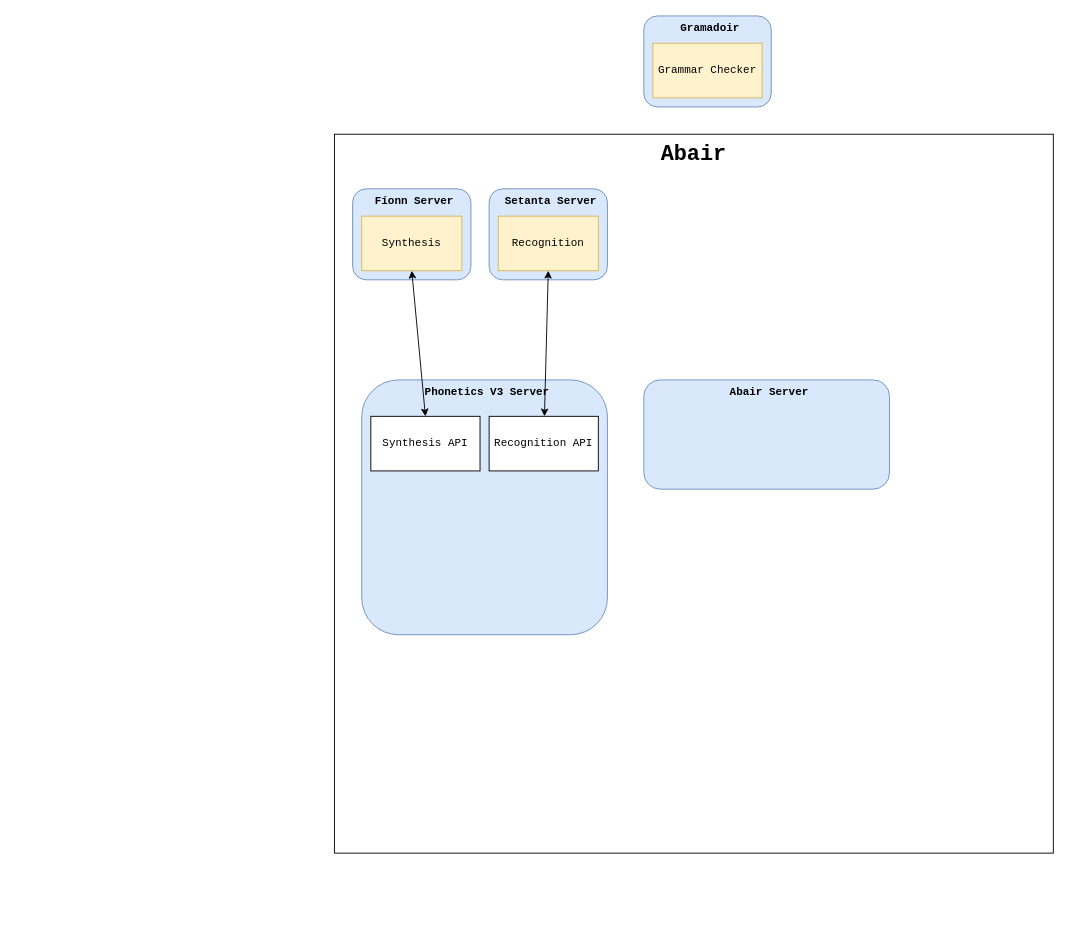
Earlier version of the draw.io diagram Untitled Diagram.drawio (JohnSloan8/abair-system-architecture-diagram). Source tidied: cells renumbered, new cells numbered last; positions are measured from the earlier drawing's top-left corner, leaving out a move shared by most shapes. Both pictures are drawn from the tidied source at 91%, with x=0, y=0 at pixel (334, 15). Pictures stored in the file or linked from it are replaced by grey dashed boxes.
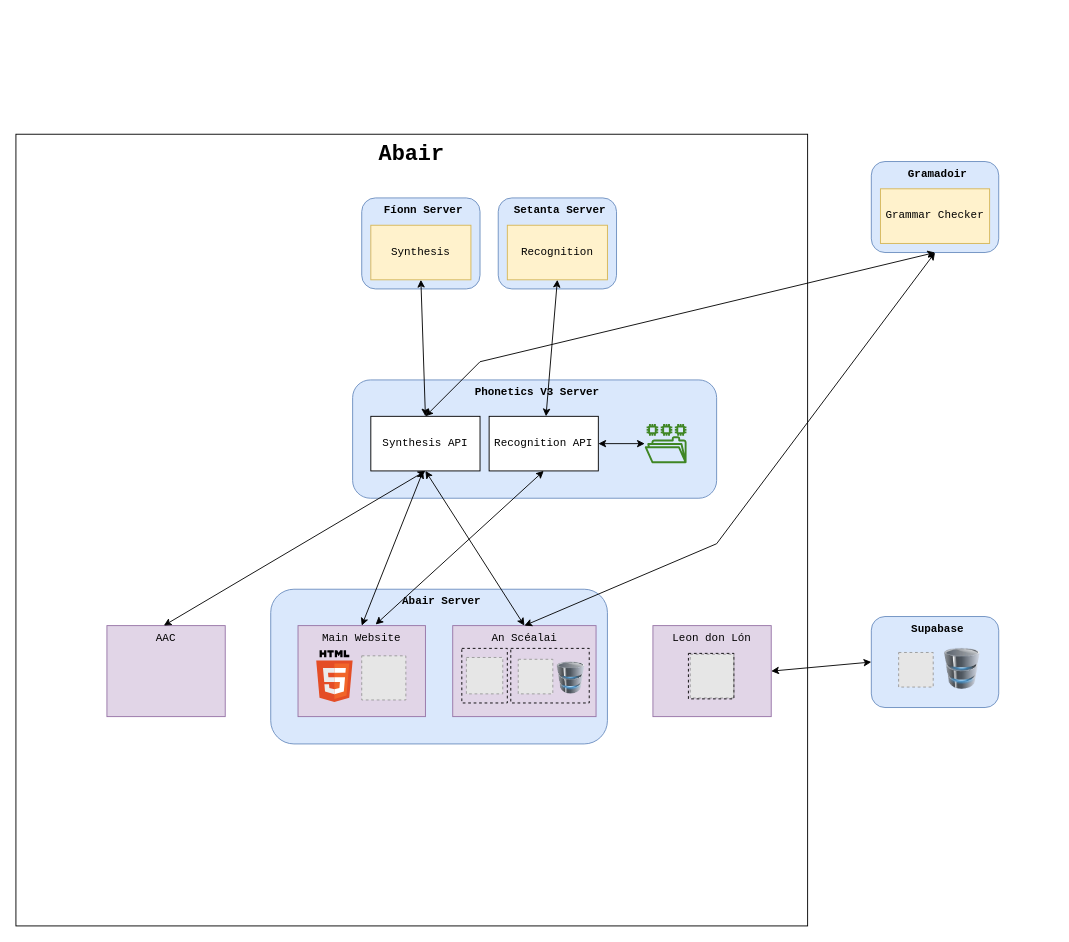
The same diagram, later.

Unchanged cells that the change refers to:
```xml
<mxCell id="6" value="Synthesis API" style="rounded=0;whiteSpace=wrap;html=1;fontFamily=Courier New;" parent="1" vertex="1">
  <mxGeometry x="40" y="440" width="120" height="60" as="geometry" />
</mxCell>
<mxCell id="7" value="Recognition API" style="rounded=0;whiteSpace=wrap;html=1;fontFamily=Courier New;" parent="1" vertex="1">
  <mxGeometry x="170" y="440" width="120" height="60" as="geometry" />
</mxCell>
```

What changed in the source:
```diff
@@
     <mxCell id="2" value="&lt;font face=&quot;Courier New&quot;&gt;&lt;b&gt;Abair&lt;/b&gt;&lt;/font&gt;" style="whiteSpace=wrap;html=1;verticalAlign=top;fontSize=24;fontFamily=Verdana;" parent="1" vertex="1">
-      <mxGeometry y="130" width="790" height="790" as="geometry" />
+      <mxGeometry x="-350" y="130" width="870" height="870" as="geometry" />
     </mxCell>
     <mxCell id="3" value="Fíonn Server" style="rounded=1;whiteSpace=wrap;html=1;verticalAlign=top;align=center;labelPosition=center;verticalLabelPosition=middle;fontStyle=1;spacingTop=0;spacingLeft=6;fillColor=#dae8fc;strokeColor=#6c8ebf;fontFamily=Courier New;" parent="1" vertex="1">
-      <mxGeometry x="20" y="190" width="130" height="100" as="geometry" />
+      <mxGeometry x="30" y="200" width="130" height="100" as="geometry" />
     </mxCell>
     <mxCell id="4" value="Phonetics V3 Server" style="rounded=1;whiteSpace=wrap;html=1;verticalAlign=top;align=center;labelPosition=center;verticalLabelPosition=middle;fontStyle=1;spacingTop=0;spacingLeft=6;fillColor=#dae8fc;strokeColor=#6c8ebf;fontFamily=Courier New;" parent="1" vertex="1">
-      <mxGeometry x="30" y="400" width="270" height="280" as="geometry" />
+      <mxGeometry x="20" y="400" width="400" height="130" as="geometry" />
     </mxCell>
@@
     <mxCell id="8" value="Synthesis" style="rounded=0;whiteSpace=wrap;html=1;fillColor=#fff2cc;strokeColor=#d6b656;fontFamily=Courier New;" parent="1" vertex="1">
-      <mxGeometry x="30" y="220" width="110" height="60" as="geometry" />
+      <mxGeometry x="40" y="230" width="110" height="60" as="geometry" />
     </mxCell>
     <mxCell id="9" value="Setanta Server" style="rounded=1;whiteSpace=wrap;html=1;verticalAlign=top;align=center;labelPosition=center;verticalLabelPosition=middle;fontStyle=1;spacingTop=0;spacingLeft=6;fillColor=#dae8fc;strokeColor=#6c8ebf;fontFamily=Courier New;" parent="1" vertex="1">
-      <mxGeometry x="170" y="190" width="130" height="100" as="geometry" />
+      <mxGeometry x="180" y="200" width="130" height="100" as="geometry" />
     </mxCell>
     <mxCell id="10" value="Recognition" style="rounded=0;whiteSpace=wrap;html=1;fillColor=#fff2cc;strokeColor=#d6b656;fontFamily=Courier New;" parent="1" vertex="1">
-      <mxGeometry x="180" y="220" width="110" height="60" as="geometry" />
+      <mxGeometry x="190" y="230" width="110" height="60" as="geometry" />
     </mxCell>
     <mxCell id="11" value="Abair Server" style="rounded=1;whiteSpace=wrap;html=1;verticalAlign=top;align=center;labelPosition=center;verticalLabelPosition=middle;fontStyle=1;spacingTop=0;spacingLeft=6;fillColor=#dae8fc;strokeColor=#6c8ebf;fontFamily=Courier New;" parent="1" vertex="1">
-      <mxGeometry x="340" y="400" width="270" height="120" as="geometry" />
+      <mxGeometry x="-70" y="630" width="370" height="170" as="geometry" />
     </mxCell>
@@
     <mxCell id="13" value="Gramadoir" style="rounded=1;whiteSpace=wrap;html=1;verticalAlign=top;align=center;labelPosition=center;verticalLabelPosition=middle;fontStyle=1;spacingTop=0;spacingLeft=6;fillColor=#dae8fc;strokeColor=#6c8ebf;fontFamily=Courier New;" parent="1" vertex="1">
-      <mxGeometry x="340" width="140" height="100" as="geometry" />
+      <mxGeometry x="590" y="160" width="140" height="100" as="geometry" />
     </mxCell>
     <mxCell id="14" value="Grammar Checker" style="rounded=0;whiteSpace=wrap;html=1;fillColor=#fff2cc;strokeColor=#d6b656;fontFamily=Courier New;" parent="1" vertex="1">
-      <mxGeometry x="350" y="30" width="120" height="60" as="geometry" />
+      <mxGeometry x="600" y="190" width="120" height="60" as="geometry" />
     </mxCell>
+    <mxCell id="15" value="Main Website" style="rounded=0;whiteSpace=wrap;html=1;fontFamily=Courier New;fillColor=#e1d5e7;strokeColor=#9673a6;verticalAlign=top;" parent="1" vertex="1">
+      <mxGeometry x="-40" y="670" width="140" height="100" as="geometry" />
+    </mxCell>
+    <mxCell id="16" value="An Scéalai" style="rounded=0;whiteSpace=wrap;html=1;fontFamily=Courier New;fillColor=#e1d5e7;strokeColor=#9673a6;verticalAlign=top;" parent="1" vertex="1">
+      <mxGeometry x="130" y="670" width="157.5" height="100" as="geometry" />
+    </mxCell>
+    <mxCell id="17" style="endArrow=classic;startArrow=classic;html=1;rounded=0;entryX=0.5;entryY=1;entryDx=0;entryDy=0;exitX=0.5;exitY=0;exitDx=0;exitDy=0;" parent="1" edge="1" source="15">
+      <mxGeometry relative="1" as="geometry">
+        <mxPoint x="97.5" y="500" as="targetPoint" />
+      </mxGeometry>
+    </mxCell>
+    <mxCell id="18" style="endArrow=classic;startArrow=classic;html=1;rounded=0;entryX=0.5;entryY=1;entryDx=0;entryDy=0;exitX=0.5;exitY=0;exitDx=0;exitDy=0;" parent="1" edge="1" source="16" target="6">
+      <mxGeometry relative="1" as="geometry" />
+    </mxCell>
+    <mxCell id="19" style="endArrow=classic;startArrow=classic;html=1;rounded=0;entryX=0.5;entryY=1;entryDx=0;entryDy=0;exitX=0.609;exitY=-0.012;exitDx=0;exitDy=0;exitPerimeter=0;" parent="1" edge="1" source="15" target="7">
+      <mxGeometry relative="1" as="geometry" />
+    </mxCell>
+    <mxCell id="20" style="endArrow=classic;startArrow=classic;html=1;rounded=0;entryX=0.5;entryY=1;entryDx=0;entryDy=0;exitX=0.5;exitY=0;exitDx=0;exitDy=0;" parent="1" edge="1" source="16" target="13">
+      <mxGeometry relative="1" as="geometry">
+        <Array as="points">
+          <mxPoint x="420" y="580" />
+        </Array>
+      </mxGeometry>
+    </mxCell>
+    <mxCell id="21" value="Leon don Lón" style="rounded=0;whiteSpace=wrap;html=1;fontFamily=Courier New;fillColor=#e1d5e7;strokeColor=#9673a6;verticalAlign=top;" parent="1" vertex="1">
+      <mxGeometry x="350" y="670" width="130" height="100" as="geometry" />
+    </mxCell>
+    <mxCell id="22" value="Supabase" style="rounded=1;whiteSpace=wrap;html=1;verticalAlign=top;align=center;labelPosition=center;verticalLabelPosition=middle;fontStyle=1;spacingTop=0;spacingLeft=6;fillColor=#dae8fc;strokeColor=#6c8ebf;fontFamily=Courier New;" parent="1" vertex="1">
+      <mxGeometry x="590" y="660" width="140" height="100" as="geometry" />
+    </mxCell>
+    <mxCell id="23" style="image;html=1;image=img/lib/clip_art/computers/Database_128x128.png;rounded=0;fontFamily=Courier New;fontSize=24;" parent="1" vertex="1">
+      <mxGeometry x="670" y="695" width="40" height="45" as="geometry" />
+    </mxCell>
+    <mxCell id="24" style="endArrow=classic;startArrow=classic;html=1;rounded=0;entryX=0;entryY=0.5;entryDx=0;entryDy=0;exitX=1;exitY=0.5;exitDx=0;exitDy=0;" parent="1" edge="1" source="21" target="22">
+      <mxGeometry relative="1" as="geometry" />
+    </mxCell>
+    <mxCell id="25" style="rounded=0;whiteSpace=wrap;html=1;fontFamily=Courier New;fontSize=24;fillColor=none;dashed=1;strokeWidth=1;" parent="1" vertex="1">
+      <mxGeometry x="193.8" y="695" width="86.2" height="60" as="geometry" />
+    </mxCell>
+    <mxCell id="26" style="image;html=1;image=img/lib/clip_art/computers/Database_128x128.png;rounded=0;fontFamily=Courier New;fontSize=24;" parent="1" vertex="1">
+      <mxGeometry x="240" y="710" width="40" height="35" as="geometry" />
+    </mxCell>
+    <mxCell id="27" style="fillColor=#E6E6E6;strokeColor=#999999;dashed=1;html=1;verticalAlign=top;verticalLabelPosition=bottom;labelBackgroundColor=#ffffff;fontFamily=Courier New;fontSize=24;" parent="1" vertex="1">
+      <mxGeometry x="391" y="701.5" width="48" height="48" as="geometry" />
+    </mxCell>
+    <mxCell id="28" style="rounded=0;whiteSpace=wrap;html=1;fontFamily=Courier New;fontSize=24;fillColor=none;dashed=1;strokeWidth=1;" parent="1" vertex="1">
+      <mxGeometry x="140" y="695" width="50" height="60" as="geometry" />
+    </mxCell>
+    <mxCell id="29" style="fillColor=#E6E6E6;strokeColor=#999999;dashed=1;html=1;verticalAlign=top;verticalLabelPosition=bottom;labelBackgroundColor=#ffffff;fontFamily=Courier New;fontSize=24;" parent="1" vertex="1">
+      <mxGeometry x="145" y="705" width="40" height="40" as="geometry" />
+    </mxCell>
+    <mxCell id="30" style="fillColor=#E6E6E6;strokeColor=#999999;dashed=1;html=1;verticalAlign=top;verticalLabelPosition=bottom;labelBackgroundColor=#ffffff;fontFamily=Courier New;fontSize=24;" parent="1" vertex="1">
+      <mxGeometry x="202" y="707" width="38" height="38" as="geometry" />
+    </mxCell>
+    <mxCell id="31" style="rounded=0;whiteSpace=wrap;html=1;fontFamily=Courier New;fontSize=24;fillColor=none;dashed=1;strokeWidth=1;" parent="1" vertex="1">
+      <mxGeometry x="389" y="700.5" width="50" height="50" as="geometry" />
+    </mxCell>
+    <mxCell id="32" style="fillColor=#E6E6E6;strokeColor=#999999;dashed=1;html=1;verticalAlign=top;verticalLabelPosition=bottom;labelBackgroundColor=#ffffff;fontFamily=Courier New;fontSize=24;" parent="1" vertex="1">
+      <mxGeometry x="620" y="699.5" width="38" height="38" as="geometry" />
+    </mxCell>
+    <mxCell id="33" style="fillColor=#E6E6E6;strokeColor=#999999;dashed=1;html=1;verticalAlign=top;verticalLabelPosition=bottom;labelBackgroundColor=#ffffff;fontFamily=Courier New;fontSize=24;" parent="1" vertex="1">
+      <mxGeometry x="30" y="703.2" width="48.5" height="48.5" as="geometry" />
+    </mxCell>
+    <mxCell id="34" style="dashed=0;html=1;align=center;labelPosition=center;verticalLabelPosition=bottom;verticalAlign=top;shape=mxgraph.weblogos.html5;rounded=0;fontFamily=Courier New;fontSize=24;strokeWidth=1;fillColor=none;" parent="1" vertex="1">
+      <mxGeometry x="-20" y="697" width="40" height="57" as="geometry" />
+    </mxCell>
+    <mxCell id="35" style="sketch=0;outlineConnect=0;fontColor=#232F3E;gradientColor=none;fillColor=#3F8624;strokeColor=none;dashed=0;verticalLabelPosition=bottom;verticalAlign=top;align=center;html=1;fontSize=12;fontStyle=0;shape=mxgraph.aws4.file_system;rounded=0;fontFamily=Courier New;" parent="1" vertex="1">
+      <mxGeometry x="341" y="448.5" width="46" height="43" as="geometry" />
+    </mxCell>
+    <mxCell id="36" style="endArrow=classic;startArrow=classic;html=1;rounded=0;" parent="1" edge="1" target="35">
+      <mxGeometry relative="1" as="geometry">
+        <mxPoint x="290" y="470" as="sourcePoint" />
+      </mxGeometry>
+    </mxCell>
+    <mxCell id="37" value="AAC" style="rounded=0;whiteSpace=wrap;html=1;fontFamily=Courier New;fillColor=#e1d5e7;strokeColor=#9673a6;verticalAlign=top;" parent="1" vertex="1">
+      <mxGeometry x="-250" y="670" width="130" height="100" as="geometry" />
+    </mxCell>
+    <mxCell id="38" style="endArrow=classic;startArrow=classic;html=1;rounded=0;entryX=0.5;entryY=1;entryDx=0;entryDy=0;exitX=0.5;exitY=0;exitDx=0;exitDy=0;" parent="1" edge="1" target="6">
+      <mxGeometry relative="1" as="geometry">
+        <mxPoint x="-187.5" y="670" as="sourcePoint" />
+      </mxGeometry>
+    </mxCell>
+    <mxCell id="39" style="endArrow=classic;startArrow=classic;html=1;rounded=0;entryX=0.5;entryY=1;entryDx=0;entryDy=0;exitX=0.5;exitY=0;exitDx=0;exitDy=0;" parent="1" edge="1" source="6" target="13">
+      <mxGeometry relative="1" as="geometry">
+        <Array as="points">
+          <mxPoint x="160" y="380" />
+        </Array>
+      </mxGeometry>
+    </mxCell>
```
